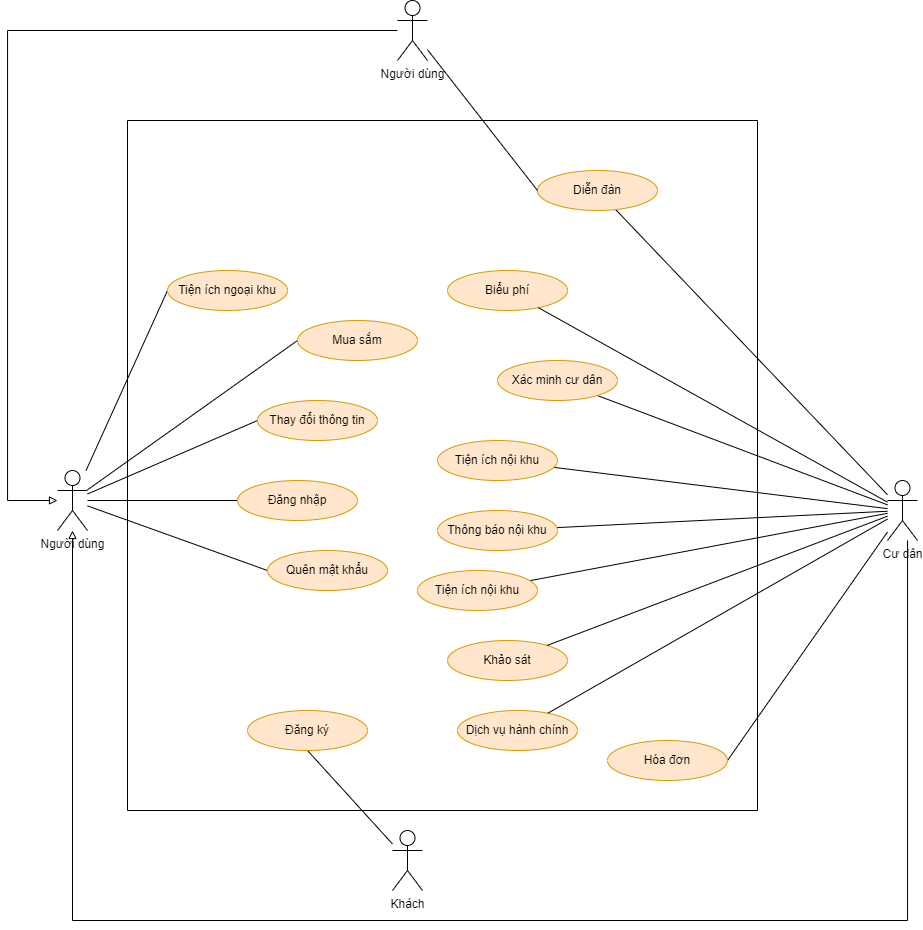
This is usecase diagram/use case tông quan.drawio.png from kienndhn/draw-io, a draw.io export, as it was before one commit. Source tidied: cells renumbered, new cells last; positions are measured from the earlier drawing's top-left corner, leaving out a move shared by most shapes. Its diagram source:
```xml
<mxGraphModel>
  <root>
    <mxCell id="0" />
    <mxCell id="1" parent="0" />
    <mxCell id="2" style="edgeStyle=none;rounded=0;jettySize=auto;html=1;entryX=0;entryY=0.5;entryDx=0;entryDy=0;endArrow=none;endFill=0;" parent="1" edge="1" source="8" target="23">
      <mxGeometry relative="1" as="geometry" />
    </mxCell>
    <mxCell id="3" style="edgeStyle=none;rounded=0;jettySize=auto;html=1;entryX=0;entryY=0.5;entryDx=0;entryDy=0;endArrow=none;endFill=0;" parent="1" edge="1" source="8" target="22">
      <mxGeometry relative="1" as="geometry" />
    </mxCell>
    <mxCell id="4" style="edgeStyle=none;rounded=0;jettySize=auto;html=1;entryX=0;entryY=0.5;entryDx=0;entryDy=0;endArrow=none;endFill=0;" parent="1" edge="1" source="8" target="24">
      <mxGeometry relative="1" as="geometry" />
    </mxCell>
    <mxCell id="5" style="edgeStyle=none;rounded=0;jettySize=auto;html=1;entryX=0;entryY=0.5;entryDx=0;entryDy=0;endArrow=none;endFill=0;" parent="1" edge="1" source="8" target="20">
      <mxGeometry relative="1" as="geometry" />
    </mxCell>
    <mxCell id="6" style="edgeStyle=none;rounded=0;jettySize=auto;html=1;entryX=0;entryY=0.5;entryDx=0;entryDy=0;endArrow=none;endFill=0;" parent="1" edge="1" source="8" target="21">
      <mxGeometry relative="1" as="geometry" />
    </mxCell>
    <mxCell id="7" style="edgeStyle=orthogonalEdgeStyle;rounded=0;jettySize=auto;html=1;startArrow=block;startFill=0;endArrow=none;endFill=0;" parent="1" edge="1" source="8" target="35">
      <mxGeometry relative="1" as="geometry">
        <Array as="points">
          <mxPoint y="500" />
          <mxPoint y="30" />
        </Array>
      </mxGeometry>
    </mxCell>
    <mxCell id="8" value="Người dùng" style="shape=umlActor;verticalLabelPosition=bottom;verticalAlign=top;html=1;outlineConnect=0;" parent="1" vertex="1">
      <mxGeometry x="50" y="470" width="30" height="60" as="geometry" />
    </mxCell>
    <mxCell id="9" style="rounded=0;jettySize=auto;html=1;entryX=0.5;entryY=1;entryDx=0;entryDy=0;endArrow=none;endFill=0;" parent="1" edge="1" source="10" target="25">
      <mxGeometry relative="1" as="geometry" />
    </mxCell>
    <mxCell id="10" value="Khách" style="shape=umlActor;verticalLabelPosition=bottom;verticalAlign=top;html=1;outlineConnect=0;" parent="1" vertex="1">
      <mxGeometry x="385" y="830" width="30" height="60" as="geometry" />
    </mxCell>
    <mxCell id="11" style="edgeStyle=orthogonalEdgeStyle;rounded=0;jettySize=auto;html=1;endArrow=block;endFill=0;" parent="1" edge="1" source="13" target="8">
      <mxGeometry relative="1" as="geometry">
        <Array as="points">
          <mxPoint x="900" y="920" />
          <mxPoint x="65" y="920" />
        </Array>
      </mxGeometry>
    </mxCell>
    <mxCell id="12" style="edgeStyle=none;rounded=0;jettySize=auto;html=1;entryX=1;entryY=0.5;entryDx=0;entryDy=0;startArrow=none;startFill=0;endArrow=none;endFill=0;" parent="1" edge="1" source="13" target="30">
      <mxGeometry relative="1" as="geometry" />
    </mxCell>
    <mxCell id="13" value="Cư dân" style="shape=umlActor;verticalLabelPosition=bottom;verticalAlign=top;html=1;outlineConnect=0;" parent="1" vertex="1">
      <mxGeometry x="880" y="480" width="30" height="60" as="geometry" />
    </mxCell>
    <mxCell id="14" style="rounded=0;jettySize=auto;html=1;startArrow=none;startFill=0;endArrow=none;endFill=0;" parent="1" edge="1" source="29" target="13">
      <mxGeometry relative="1" as="geometry" />
    </mxCell>
    <mxCell id="15" style="edgeStyle=none;rounded=0;jettySize=auto;html=1;startArrow=none;startFill=0;endArrow=none;endFill=0;" parent="1" edge="1" source="28" target="13">
      <mxGeometry relative="1" as="geometry" />
    </mxCell>
    <mxCell id="16" style="edgeStyle=none;rounded=0;jettySize=auto;html=1;startArrow=none;startFill=0;endArrow=none;endFill=0;" parent="1" edge="1" source="32" target="13">
      <mxGeometry relative="1" as="geometry" />
    </mxCell>
    <mxCell id="17" style="edgeStyle=none;rounded=0;jettySize=auto;html=1;startArrow=none;startFill=0;endArrow=none;endFill=0;" parent="1" edge="1" source="27" target="13">
      <mxGeometry relative="1" as="geometry" />
    </mxCell>
    <mxCell id="18" style="edgeStyle=none;rounded=0;jettySize=auto;html=1;startArrow=none;startFill=0;endArrow=none;endFill=0;" parent="1" edge="1" source="26" target="13">
      <mxGeometry relative="1" as="geometry" />
    </mxCell>
    <mxCell id="19" style="swimlane;startSize=0;" parent="1" vertex="1">
      <mxGeometry x="120" y="120" width="630" height="690" as="geometry" />
    </mxCell>
    <mxCell id="20" value="Tiện ích ngoại khu" style="ellipse;whiteSpace=wrap;html=1;fillColor=#ffe6cc;strokeColor=#d79b00;" parent="19" vertex="1">
      <mxGeometry x="40" y="150" width="120" height="40" as="geometry" />
    </mxCell>
    <mxCell id="21" value="Mua sắm" style="ellipse;whiteSpace=wrap;html=1;fillColor=#ffe6cc;strokeColor=#d79b00;" parent="19" vertex="1">
      <mxGeometry x="170" y="200" width="120" height="40" as="geometry" />
    </mxCell>
    <mxCell id="22" value="Thay đổi thông tin" style="ellipse;whiteSpace=wrap;html=1;fillColor=#ffe6cc;strokeColor=#d79b00;" parent="19" vertex="1">
      <mxGeometry x="130" y="280" width="120" height="40" as="geometry" />
    </mxCell>
    <mxCell id="23" value="Đăng nhập" style="ellipse;whiteSpace=wrap;html=1;fillColor=#ffe6cc;strokeColor=#d79b00;" parent="19" vertex="1">
      <mxGeometry x="110" y="360" width="120" height="40" as="geometry" />
    </mxCell>
    <mxCell id="24" value="Quên mật khẩu" style="ellipse;whiteSpace=wrap;html=1;fillColor=#ffe6cc;strokeColor=#d79b00;" parent="19" vertex="1">
      <mxGeometry x="140" y="430" width="120" height="40" as="geometry" />
    </mxCell>
    <mxCell id="25" value="Đăng ký" style="ellipse;whiteSpace=wrap;html=1;fillColor=#ffe6cc;strokeColor=#d79b00;" parent="19" vertex="1">
      <mxGeometry x="120" y="590" width="120" height="40" as="geometry" />
    </mxCell>
    <mxCell id="26" value="Diễn đàn" style="ellipse;whiteSpace=wrap;html=1;fillColor=#ffe6cc;strokeColor=#d79b00;" parent="19" vertex="1">
      <mxGeometry x="410" y="50" width="120" height="40" as="geometry" />
    </mxCell>
    <mxCell id="27" value="Tiện ích nội khu" style="ellipse;whiteSpace=wrap;html=1;fillColor=#ffe6cc;strokeColor=#d79b00;" parent="19" vertex="1">
      <mxGeometry x="290" y="450" width="120" height="40" as="geometry" />
    </mxCell>
    <mxCell id="28" value="Tiện ích nội khu" style="ellipse;whiteSpace=wrap;html=1;fillColor=#ffe6cc;strokeColor=#d79b00;" parent="19" vertex="1">
      <mxGeometry x="310" y="320" width="120" height="40" as="geometry" />
    </mxCell>
    <mxCell id="29" value="Xác minh cư dân" style="ellipse;whiteSpace=wrap;html=1;fillColor=#ffe6cc;strokeColor=#d79b00;" parent="19" vertex="1">
      <mxGeometry x="370" y="240" width="120" height="40" as="geometry" />
    </mxCell>
    <mxCell id="30" value="Hóa đơn" style="ellipse;whiteSpace=wrap;html=1;fillColor=#ffe6cc;strokeColor=#d79b00;" parent="19" vertex="1">
      <mxGeometry x="480" y="620" width="120" height="40" as="geometry" />
    </mxCell>
    <mxCell id="31" value="Biểu phí" style="ellipse;whiteSpace=wrap;html=1;fillColor=#ffe6cc;strokeColor=#d79b00;" parent="19" vertex="1">
      <mxGeometry x="320" y="150" width="120" height="40" as="geometry" />
    </mxCell>
    <mxCell id="32" value="Thông báo nội khu" style="ellipse;whiteSpace=wrap;html=1;fillColor=#ffe6cc;strokeColor=#d79b00;" parent="19" vertex="1">
      <mxGeometry x="310" y="390" width="120" height="40" as="geometry" />
    </mxCell>
    <mxCell id="33" value="Khảo sát" style="ellipse;whiteSpace=wrap;html=1;fillColor=#ffe6cc;strokeColor=#d79b00;" parent="19" vertex="1">
      <mxGeometry x="320" y="520" width="120" height="40" as="geometry" />
    </mxCell>
    <mxCell id="34" value="Dịch vụ hành chính" style="ellipse;whiteSpace=wrap;html=1;fillColor=#ffe6cc;strokeColor=#d79b00;" parent="19" vertex="1">
      <mxGeometry x="330" y="590" width="120" height="40" as="geometry" />
    </mxCell>
    <mxCell id="35" value="Người dùng" style="shape=umlActor;verticalLabelPosition=bottom;verticalAlign=top;html=1;outlineConnect=0;" parent="1" vertex="1">
      <mxGeometry x="390" width="30" height="60" as="geometry" />
    </mxCell>
    <mxCell id="36" style="edgeStyle=none;rounded=0;jettySize=auto;html=1;entryX=0;entryY=0.5;entryDx=0;entryDy=0;startArrow=none;startFill=0;endArrow=none;endFill=0;" parent="1" edge="1" source="35" target="26">
      <mxGeometry relative="1" as="geometry" />
    </mxCell>
    <mxCell id="37" style="rounded=0;jettySize=auto;html=1;startArrow=none;startFill=0;endArrow=none;endFill=0;" parent="1" edge="1" source="31" target="13">
      <mxGeometry relative="1" as="geometry" />
    </mxCell>
    <mxCell id="38" style="edgeStyle=none;rounded=0;jettySize=auto;html=1;startArrow=none;startFill=0;endArrow=none;endFill=0;" parent="1" edge="1" source="33" target="13">
      <mxGeometry relative="1" as="geometry" />
    </mxCell>
    <mxCell id="39" style="edgeStyle=none;rounded=0;jettySize=auto;html=1;startArrow=none;startFill=0;endArrow=none;endFill=0;" parent="1" edge="1" source="34" target="13">
      <mxGeometry relative="1" as="geometry" />
    </mxCell>
  </root>
</mxGraphModel>
```
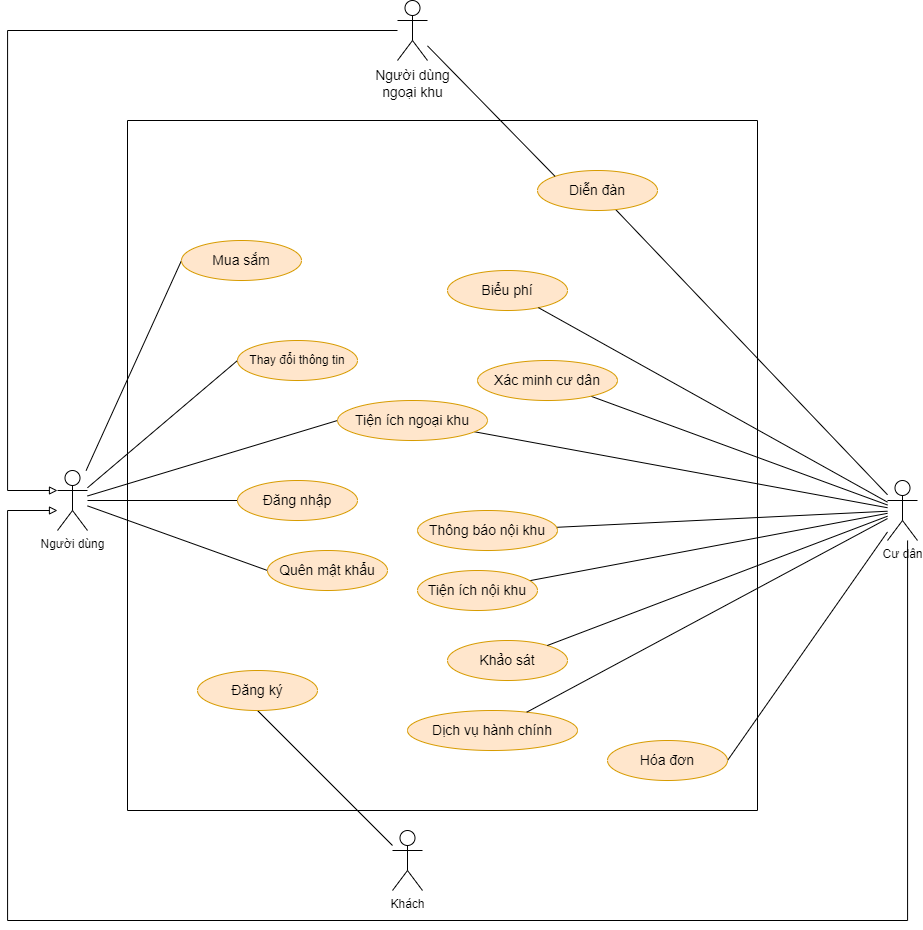
Above is the later version.

The edit, as a diff of the source:
```diff
@@ -11,20 +11,20 @@
     <mxCell id="4" style="edgeStyle=none;rounded=0;jettySize=auto;html=1;entryX=0;entryY=0.5;entryDx=0;entryDy=0;endArrow=none;endFill=0;" parent="1" edge="1" source="8" target="24">
       <mxGeometry relative="1" as="geometry" />
     </mxCell>
-    <mxCell id="5" style="edgeStyle=none;rounded=0;jettySize=auto;html=1;entryX=0;entryY=0.5;entryDx=0;entryDy=0;endArrow=none;endFill=0;" parent="1" edge="1" source="8" target="20">
-      <mxGeometry relative="1" as="geometry" />
-    </mxCell>
     <mxCell id="6" style="edgeStyle=none;rounded=0;jettySize=auto;html=1;entryX=0;entryY=0.5;entryDx=0;entryDy=0;endArrow=none;endFill=0;" parent="1" edge="1" source="8" target="21">
       <mxGeometry relative="1" as="geometry" />
     </mxCell>
     <mxCell id="7" style="edgeStyle=orthogonalEdgeStyle;rounded=0;jettySize=auto;html=1;startArrow=block;startFill=0;endArrow=none;endFill=0;" parent="1" edge="1" source="8" target="35">
       <mxGeometry relative="1" as="geometry">
         <Array as="points">
-          <mxPoint y="500" />
+          <mxPoint y="490" />
           <mxPoint y="30" />
         </Array>
       </mxGeometry>
     </mxCell>
+    <mxCell id="40" style="edgeStyle=none;rounded=0;jettySize=auto;html=1;entryX=0;entryY=0.5;entryDx=0;entryDy=0;strokeWidth=1;endArrow=none;endFill=0;" parent="1" edge="1" source="8" target="28">
+      <mxGeometry relative="1" as="geometry" />
+    </mxCell>
     <mxCell id="8" value="Người dùng" style="shape=umlActor;verticalLabelPosition=bottom;verticalAlign=top;html=1;outlineConnect=0;" parent="1" vertex="1">
       <mxGeometry x="50" y="470" width="30" height="60" as="geometry" />
     </mxCell>
@@ -38,7 +38,8 @@
       <mxGeometry relative="1" as="geometry">
         <Array as="points">
           <mxPoint x="900" y="920" />
-          <mxPoint x="65" y="920" />
+          <mxPoint y="920" />
+          <mxPoint y="510" />
         </Array>
       </mxGeometry>
     </mxCell>
@@ -66,57 +67,54 @@
     <mxCell id="19" style="swimlane;startSize=0;" parent="1" vertex="1">
       <mxGeometry x="120" y="120" width="630" height="690" as="geometry" />
     </mxCell>
-    <mxCell id="20" value="Tiện ích ngoại khu" style="ellipse;whiteSpace=wrap;html=1;fillColor=#ffe6cc;strokeColor=#d79b00;" parent="19" vertex="1">
-      <mxGeometry x="40" y="150" width="120" height="40" as="geometry" />
-    </mxCell>
-    <mxCell id="21" value="Mua sắm" style="ellipse;whiteSpace=wrap;html=1;fillColor=#ffe6cc;strokeColor=#d79b00;" parent="19" vertex="1">
-      <mxGeometry x="170" y="200" width="120" height="40" as="geometry" />
+    <mxCell id="21" value="&lt;font style=&quot;font-size: 14px;&quot;&gt;Mua sắm&lt;/font&gt;" style="ellipse;whiteSpace=wrap;html=1;fillColor=#ffe6cc;strokeColor=#d79b00;" parent="19" vertex="1">
+      <mxGeometry x="54" y="120" width="120" height="40" as="geometry" />
     </mxCell>
     <mxCell id="22" value="Thay đổi thông tin" style="ellipse;whiteSpace=wrap;html=1;fillColor=#ffe6cc;strokeColor=#d79b00;" parent="19" vertex="1">
-      <mxGeometry x="130" y="280" width="120" height="40" as="geometry" />
+      <mxGeometry x="110" y="220" width="120" height="40" as="geometry" />
     </mxCell>
-    <mxCell id="23" value="Đăng nhập" style="ellipse;whiteSpace=wrap;html=1;fillColor=#ffe6cc;strokeColor=#d79b00;" parent="19" vertex="1">
+    <mxCell id="23" value="&lt;font style=&quot;font-size: 14px;&quot;&gt;Đăng nhập&lt;/font&gt;" style="ellipse;whiteSpace=wrap;html=1;fillColor=#ffe6cc;strokeColor=#d79b00;" parent="19" vertex="1">
       <mxGeometry x="110" y="360" width="120" height="40" as="geometry" />
     </mxCell>
-    <mxCell id="24" value="Quên mật khẩu" style="ellipse;whiteSpace=wrap;html=1;fillColor=#ffe6cc;strokeColor=#d79b00;" parent="19" vertex="1">
+    <mxCell id="24" value="&lt;font style=&quot;font-size: 14px;&quot;&gt;Quên mật khẩu&lt;/font&gt;" style="ellipse;whiteSpace=wrap;html=1;fillColor=#ffe6cc;strokeColor=#d79b00;" parent="19" vertex="1">
       <mxGeometry x="140" y="430" width="120" height="40" as="geometry" />
     </mxCell>
-    <mxCell id="25" value="Đăng ký" style="ellipse;whiteSpace=wrap;html=1;fillColor=#ffe6cc;strokeColor=#d79b00;" parent="19" vertex="1">
-      <mxGeometry x="120" y="590" width="120" height="40" as="geometry" />
+    <mxCell id="25" value="&lt;font style=&quot;font-size: 14px;&quot;&gt;Đăng ký&lt;/font&gt;" style="ellipse;whiteSpace=wrap;html=1;fillColor=#ffe6cc;strokeColor=#d79b00;" parent="19" vertex="1">
+      <mxGeometry x="70" y="550" width="120" height="40" as="geometry" />
     </mxCell>
-    <mxCell id="26" value="Diễn đàn" style="ellipse;whiteSpace=wrap;html=1;fillColor=#ffe6cc;strokeColor=#d79b00;" parent="19" vertex="1">
+    <mxCell id="26" value="&lt;font style=&quot;font-size: 14px;&quot;&gt;Diễn đàn&lt;/font&gt;" style="ellipse;whiteSpace=wrap;html=1;fillColor=#ffe6cc;strokeColor=#d79b00;" parent="19" vertex="1">
       <mxGeometry x="410" y="50" width="120" height="40" as="geometry" />
     </mxCell>
-    <mxCell id="27" value="Tiện ích nội khu" style="ellipse;whiteSpace=wrap;html=1;fillColor=#ffe6cc;strokeColor=#d79b00;" parent="19" vertex="1">
+    <mxCell id="27" value="&lt;font style=&quot;font-size: 14px;&quot;&gt;Tiện ích nội khu&lt;/font&gt;" style="ellipse;whiteSpace=wrap;html=1;fillColor=#ffe6cc;strokeColor=#d79b00;" parent="19" vertex="1">
       <mxGeometry x="290" y="450" width="120" height="40" as="geometry" />
     </mxCell>
-    <mxCell id="28" value="Tiện ích nội khu" style="ellipse;whiteSpace=wrap;html=1;fillColor=#ffe6cc;strokeColor=#d79b00;" parent="19" vertex="1">
-      <mxGeometry x="310" y="320" width="120" height="40" as="geometry" />
+    <mxCell id="28" value="&lt;font style=&quot;font-size: 14px;&quot;&gt;Tiện ích ngoại khu&lt;/font&gt;" style="ellipse;whiteSpace=wrap;html=1;fillColor=#ffe6cc;strokeColor=#d79b00;" parent="19" vertex="1">
+      <mxGeometry x="210" y="280" width="150" height="40" as="geometry" />
     </mxCell>
-    <mxCell id="29" value="Xác minh cư dân" style="ellipse;whiteSpace=wrap;html=1;fillColor=#ffe6cc;strokeColor=#d79b00;" parent="19" vertex="1">
-      <mxGeometry x="370" y="240" width="120" height="40" as="geometry" />
+    <mxCell id="29" value="&lt;font style=&quot;font-size: 14px;&quot;&gt;Xác minh cư dân&lt;/font&gt;" style="ellipse;whiteSpace=wrap;html=1;fillColor=#ffe6cc;strokeColor=#d79b00;" parent="19" vertex="1">
+      <mxGeometry x="350" y="240" width="140" height="40" as="geometry" />
     </mxCell>
-    <mxCell id="30" value="Hóa đơn" style="ellipse;whiteSpace=wrap;html=1;fillColor=#ffe6cc;strokeColor=#d79b00;" parent="19" vertex="1">
+    <mxCell id="30" value="&lt;font style=&quot;font-size: 14px;&quot;&gt;Hóa đơn&lt;/font&gt;" style="ellipse;whiteSpace=wrap;html=1;fillColor=#ffe6cc;strokeColor=#d79b00;" parent="19" vertex="1">
       <mxGeometry x="480" y="620" width="120" height="40" as="geometry" />
     </mxCell>
-    <mxCell id="31" value="Biểu phí" style="ellipse;whiteSpace=wrap;html=1;fillColor=#ffe6cc;strokeColor=#d79b00;" parent="19" vertex="1">
+    <mxCell id="31" value="&lt;font style=&quot;font-size: 14px;&quot;&gt;Biểu phí&lt;/font&gt;" style="ellipse;whiteSpace=wrap;html=1;fillColor=#ffe6cc;strokeColor=#d79b00;" parent="19" vertex="1">
       <mxGeometry x="320" y="150" width="120" height="40" as="geometry" />
     </mxCell>
-    <mxCell id="32" value="Thông báo nội khu" style="ellipse;whiteSpace=wrap;html=1;fillColor=#ffe6cc;strokeColor=#d79b00;" parent="19" vertex="1">
-      <mxGeometry x="310" y="390" width="120" height="40" as="geometry" />
+    <mxCell id="32" value="&lt;font style=&quot;font-size: 14px;&quot;&gt;Thông báo nội khu&lt;/font&gt;" style="ellipse;whiteSpace=wrap;html=1;fillColor=#ffe6cc;strokeColor=#d79b00;" parent="19" vertex="1">
+      <mxGeometry x="290" y="390" width="140" height="40" as="geometry" />
     </mxCell>
-    <mxCell id="33" value="Khảo sát" style="ellipse;whiteSpace=wrap;html=1;fillColor=#ffe6cc;strokeColor=#d79b00;" parent="19" vertex="1">
+    <mxCell id="33" value="&lt;font style=&quot;font-size: 14px;&quot;&gt;Khảo sát&lt;/font&gt;" style="ellipse;whiteSpace=wrap;html=1;fillColor=#ffe6cc;strokeColor=#d79b00;" parent="19" vertex="1">
       <mxGeometry x="320" y="520" width="120" height="40" as="geometry" />
     </mxCell>
-    <mxCell id="34" value="Dịch vụ hành chính" style="ellipse;whiteSpace=wrap;html=1;fillColor=#ffe6cc;strokeColor=#d79b00;" parent="19" vertex="1">
-      <mxGeometry x="330" y="590" width="120" height="40" as="geometry" />
+    <mxCell id="34" value="&lt;font style=&quot;font-size: 14px;&quot;&gt;Dịch vụ hành chính&lt;/font&gt;" style="ellipse;whiteSpace=wrap;html=1;fillColor=#ffe6cc;strokeColor=#d79b00;" parent="19" vertex="1">
+      <mxGeometry x="280" y="590" width="170" height="40" as="geometry" />
     </mxCell>
+    <mxCell id="36" style="edgeStyle=none;rounded=0;jettySize=auto;html=1;entryX=0;entryY=0;entryDx=0;entryDy=0;strokeWidth=1;endArrow=none;endFill=0;" parent="1" edge="1" source="35" target="26">
+      <mxGeometry relative="1" as="geometry" />
+    </mxCell>
-    <mxCell id="35" value="Người dùng" style="shape=umlActor;verticalLabelPosition=bottom;verticalAlign=top;html=1;outlineConnect=0;" parent="1" vertex="1">
+    <mxCell id="35" value="&lt;font style=&quot;font-size: 14px;&quot;&gt;Người dùng &lt;br&gt;ngoại khu&lt;/font&gt;" style="shape=umlActor;verticalLabelPosition=bottom;verticalAlign=top;html=1;outlineConnect=0;" parent="1" vertex="1">
       <mxGeometry x="390" width="30" height="60" as="geometry" />
     </mxCell>
-    <mxCell id="36" style="edgeStyle=none;rounded=0;jettySize=auto;html=1;entryX=0;entryY=0.5;entryDx=0;entryDy=0;startArrow=none;startFill=0;endArrow=none;endFill=0;" parent="1" edge="1" source="35" target="26">
-      <mxGeometry relative="1" as="geometry" />
-    </mxCell>
     <mxCell id="37" style="rounded=0;jettySize=auto;html=1;startArrow=none;startFill=0;endArrow=none;endFill=0;" parent="1" edge="1" source="31" target="13">
       <mxGeometry relative="1" as="geometry" />
     </mxCell>
```
